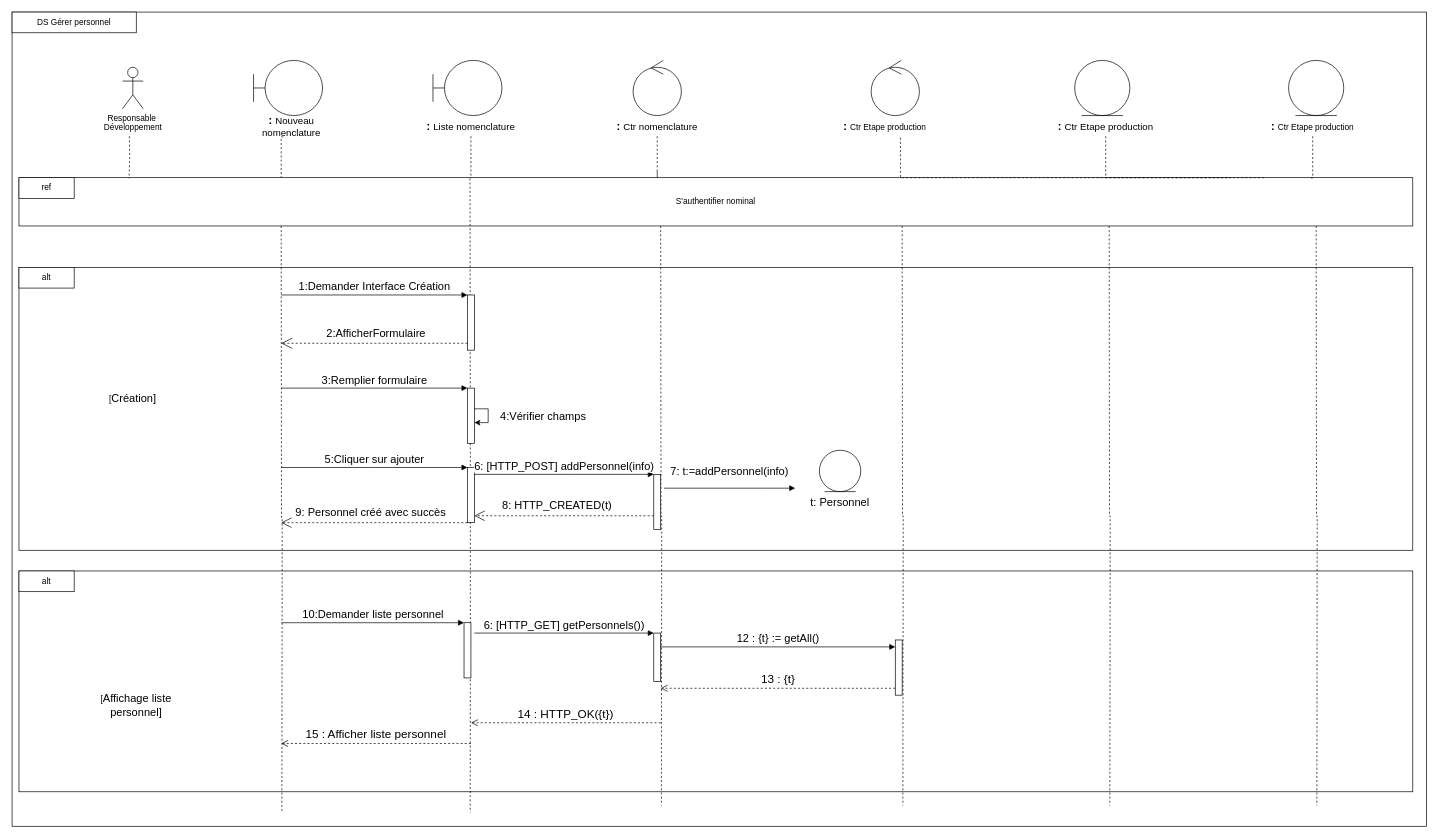
AbdelazizBs/GPAO-SpringApp keeps this draw.io diagram as dsGérerNomenclature.drawio. Above is the earlier version. Source tidied: cells renumbered, new cells numbered last; positions are measured from the earlier drawing's top-left corner, leaving out a move shared by most shapes. Both pictures are drawn from the tidied source at 69%, with x=0, y=0 at pixel (12, 12).
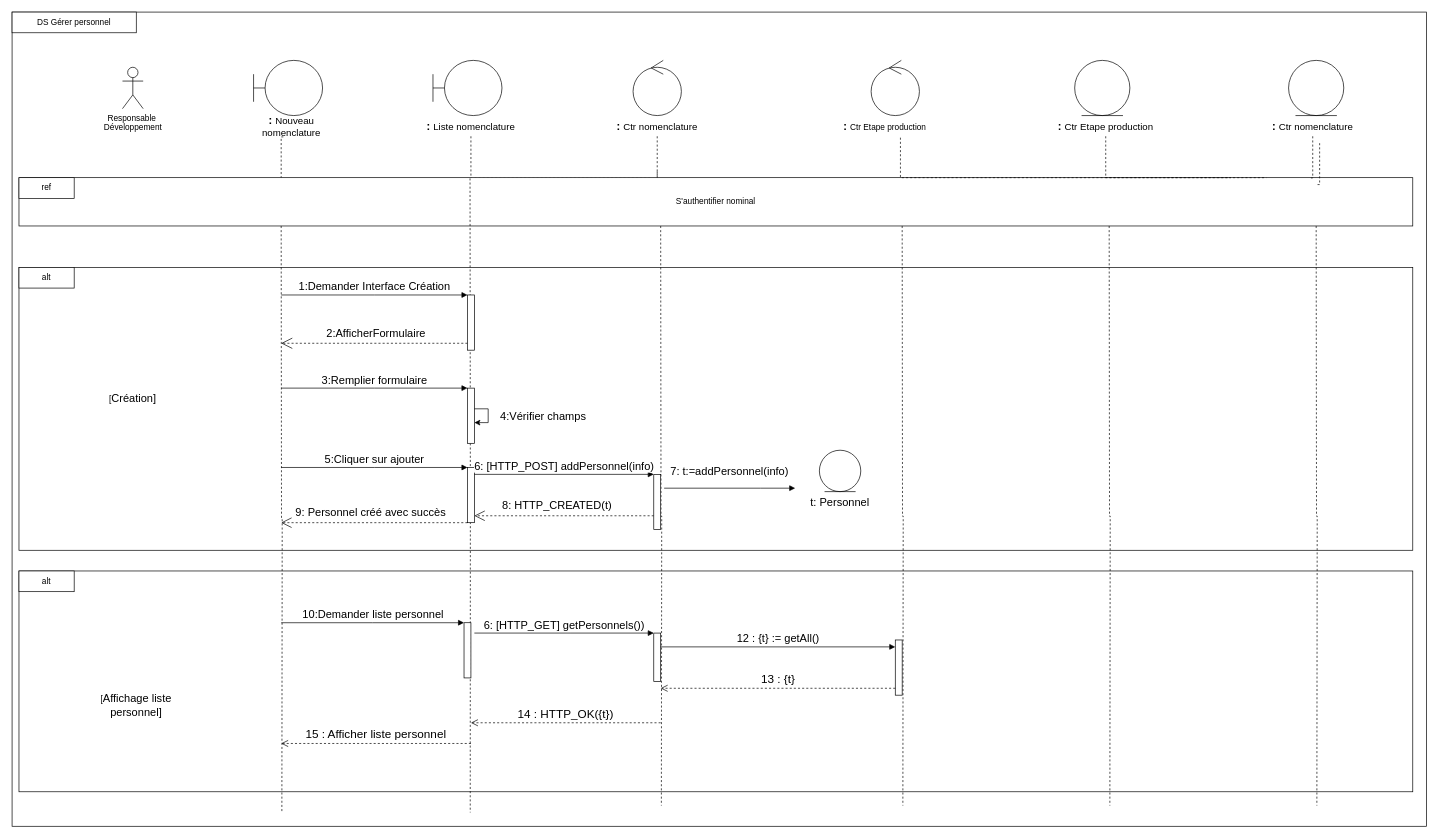
After the change.

Commit message:
Mettre à jour dsGérerNomenclature.drawio

The change refers to these unchanged cells:
```xml
<mxCell id="9" value="S'authentifier nominal" style="rounded=0;whiteSpace=wrap;html=1;" parent="1" vertex="1">
  <mxGeometry x="10" y="240" width="2020" height="70" as="geometry" />
</mxCell>
```

What changed in the source:
```diff
@@
-    <mxCell id="61" value="&lt;b style=&quot;border-color: var(--border-color);&quot;&gt;&lt;font style=&quot;border-color: var(--border-color); font-size: 16px;&quot;&gt;:&amp;nbsp;&lt;/font&gt;&lt;/b&gt;Ctr Etape production" style="text;html=1;strokeColor=none;fillColor=none;align=center;verticalAlign=middle;whiteSpace=wrap;rounded=0;" parent="1" vertex="1">
+    <mxCell id="61" value="&lt;font style=&quot;&quot;&gt;&lt;b style=&quot;&quot;&gt;&lt;font style=&quot;font-size: 16px;&quot;&gt;: &lt;/font&gt;&lt;/b&gt;&lt;span style=&quot;font-size: 14px;&quot;&gt;Ctr nomenclature&lt;/span&gt;&lt;/font&gt;" style="text;html=1;strokeColor=none;fillColor=none;align=center;verticalAlign=middle;whiteSpace=wrap;rounded=0;" parent="1" vertex="1">
       <mxGeometry x="1810" y="150" width="150" height="30" as="geometry" />
     </mxCell>
@@
-    <mxCell id="66" style="edgeStyle=orthogonalEdgeStyle;rounded=0;jettySize=auto;html=1;entryX=0.079;entryY=0.015;entryDx=0;entryDy=0;entryPerimeter=0;endArrow=none;endFill=0;dashed=1;" parent="1" edge="1" target="9">
+    <mxCell id="66" style="edgeStyle=orthogonalEdgeStyle;rounded=0;orthogonalLoop=1;jettySize=auto;html=1;entryX=0.926;entryY=0.005;entryDx=0;entryDy=0;entryPerimeter=0;endArrow=none;endFill=0;dashed=1;exitX=0.5;exitY=1;exitDx=0;exitDy=0;" parent="1" edge="1">
       <mxGeometry relative="1" as="geometry">
-        <mxPoint x="170" y="180" as="sourcePoint" />
+        <mxPoint x="1895" y="190" as="sourcePoint" />
+        <mxPoint x="1891" y="250" as="targetPoint" />
+        <Array as="points">
+          <mxPoint x="1895" y="250" />
+        </Array>
       </mxGeometry>
     </mxCell>
```
